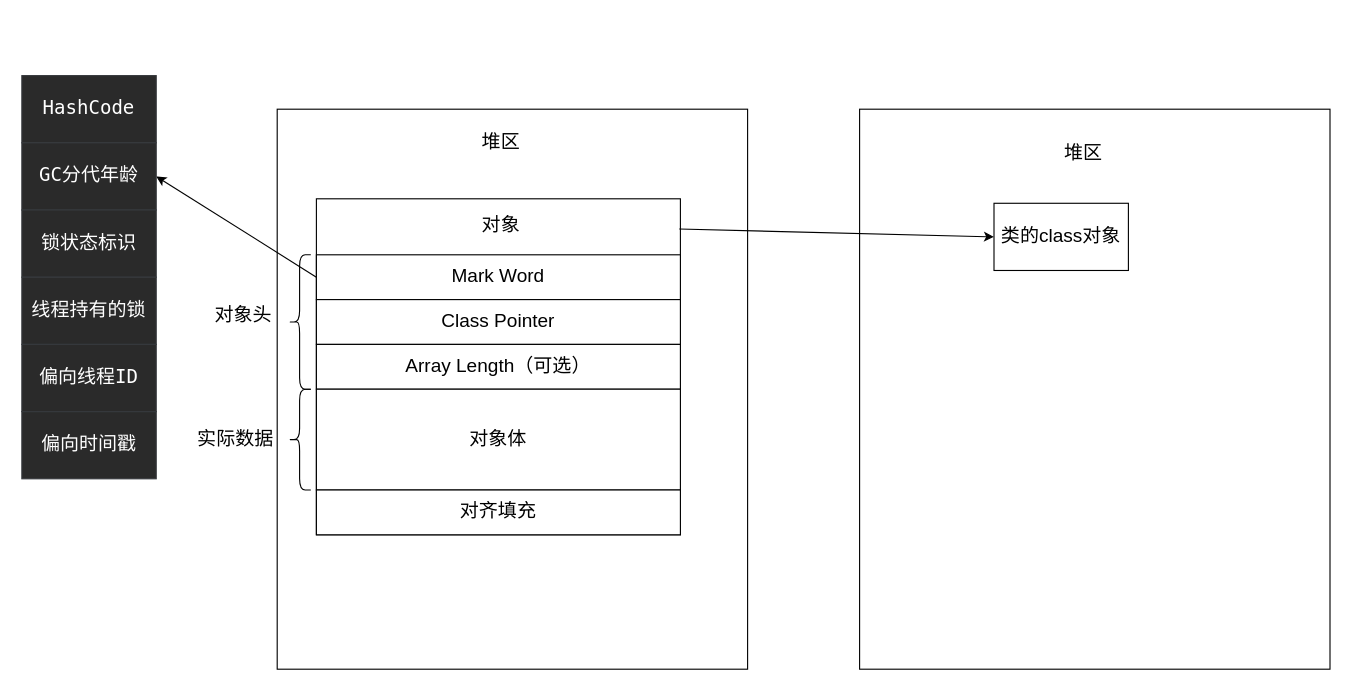
Before: docs/assets/drawio/java对象结构.drawio in qinguan1/qinguan1.github.io, a draw.io diagram. Source tidied: cells renumbered, new cells numbered last; positions are measured from the earlier drawing's top-left corner, leaving out a move shared by most shapes. Both pictures are drawn from the tidied source at 112%, with x=0, y=0 at pixel (21, 75).
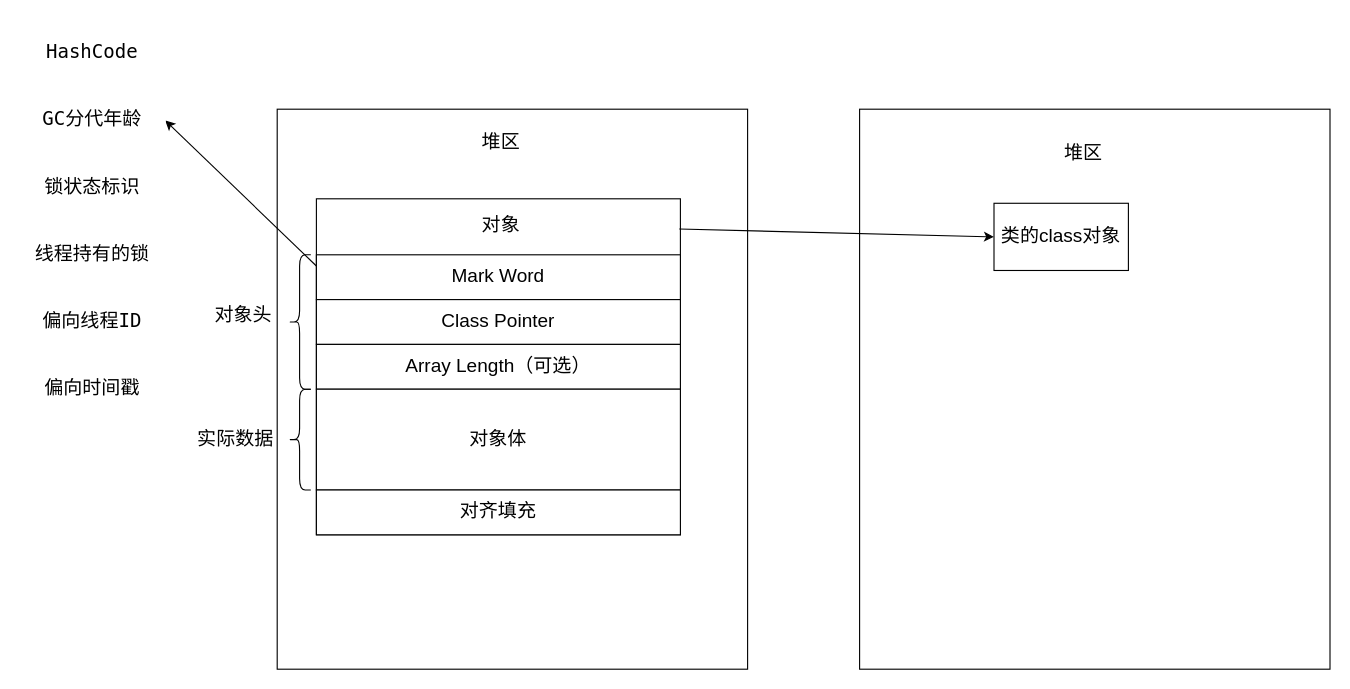
After the change.

The change refers to these unchanged cells:
```xml
<mxCell id="6" style="rounded=0;whiteSpace=wrap;html=1;fontSize=17;strokeWidth=1;" parent="1" vertex="1">
  <mxGeometry x="263" y="110" width="325" height="300" as="geometry" />
</mxCell>
<mxCell id="9" value="Mark Word" style="rounded=0;whiteSpace=wrap;html=1;fontSize=17;strokeWidth=1;labelBackgroundColor=none;" parent="1" vertex="1">
  <mxGeometry x="263" y="160" width="325" height="40" as="geometry" />
</mxCell>
<mxCell id="14" value="类的class对象" style="rounded=0;whiteSpace=wrap;html=1;fontSize=17;strokeWidth=1;" parent="1" vertex="1">
  <mxGeometry x="868" y="114" width="120" height="60" as="geometry" />
</mxCell>
```

Change to the diagram source:
```diff
@@
-    <mxCell id="8" style="edgeStyle=none;html=1;exitX=0;exitY=0.5;exitDx=0;exitDy=0;entryX=1;entryY=0.5;entryDx=0;entryDy=0;fontSize=17;fontColor=#FFFFFF;" parent="1" edge="1" source="9" target="21">
+    <mxCell id="8" style="edgeStyle=none;html=1;exitX=0;exitY=0.25;exitDx=0;exitDy=0;entryX=1;entryY=0.5;entryDx=0;entryDy=0;fontSize=17;fontColor=#000000;" parent="1" edge="1" source="9" target="21">
       <mxGeometry relative="1" as="geometry" />
     </mxCell>
@@
-    <mxCell id="19" value="&lt;pre style=&quot;margin-top: 0px ; margin-bottom: 0px ; font-size: 17px ; overflow: auto ; border-radius: 4px&quot;&gt;&lt;pre style=&quot;font-size: 17px ; margin-top: 0px ; margin-bottom: 0px ; overflow: auto ; border-radius: 4px&quot;&gt;&lt;pre style=&quot;font-size: 17px ; font-weight: 700 ; margin-top: 0px ; margin-bottom: 0px ; overflow: auto ; border-radius: 4px&quot;&gt;&lt;font face=&quot;menlo, monaco, consolas, andale mono, lucida console, courier new, monospace&quot; style=&quot;font-size: 17px&quot;&gt;&lt;span style=&quot;font-size: 17px ; font-weight: 400&quot;&gt;偏向时间戳&lt;/span&gt;&lt;/font&gt;&lt;/pre&gt;&lt;/pre&gt;&lt;/pre&gt;" style="rounded=0;whiteSpace=wrap;html=1;labelBackgroundColor=none;fillColor=#2A2A2A;strokeColor=#36393d;fontColor=#FFFFFF;fontSize=17;" parent="1" vertex="1">
-      <mxGeometry y="300" width="120" height="60" as="geometry" />
-    </mxCell>
+    <mxCell id="25" style="endArrow=classic;html=1;fontSize=17;fontColor=#FFFFFF;exitX=0.997;exitY=0.09;exitDx=0;exitDy=0;exitPerimeter=0;entryX=0;entryY=0.5;entryDx=0;entryDy=0;" parent="1" edge="1" source="6" target="14">
+      <mxGeometry relative="1" as="geometry" />
+    </mxCell>
-    <mxCell id="20" value="&lt;pre style=&quot;margin-top: 0px; margin-bottom: 0px; overflow: auto; border-radius: 4px; font-size: 17px;&quot;&gt;&lt;pre style=&quot;margin-top: 0px; margin-bottom: 0px; overflow: auto; border-radius: 4px; font-size: 17px;&quot;&gt;&lt;font face=&quot;menlo, monaco, consolas, andale mono, lucida console, courier new, monospace&quot; style=&quot;font-size: 17px;&quot;&gt;&lt;span style=&quot;font-size: 17px;&quot;&gt;HashCode&lt;/span&gt;&lt;/font&gt;&lt;/pre&gt;&lt;/pre&gt;" style="rounded=0;whiteSpace=wrap;html=1;fillColor=#2A2A2A;strokeColor=#36393d;fontColor=#FFFFFF;fontSize=17;" parent="1" vertex="1">
-      <mxGeometry width="120" height="60" as="geometry" />
+    <mxCell id="20" value="&lt;pre style=&quot;margin-top: 0px; margin-bottom: 0px; overflow: auto; border-radius: 4px;&quot;&gt;&lt;font face=&quot;menlo, monaco, consolas, andale mono, lucida console, courier new, monospace&quot;&gt;HashCode&lt;/font&gt;&lt;/pre&gt;" style="rounded=0;whiteSpace=wrap;html=1;strokeColor=#FFFFFF;fontSize=17;fillColor=#FFFFFF;fontColor=#000000;" parent="1" vertex="1">
+      <mxGeometry x="-2" y="-50" width="130" height="60" as="geometry" />
     </mxCell>
-    <mxCell id="21" value="&lt;pre style=&quot;margin-top: 0px; margin-bottom: 0px; overflow: auto; border-radius: 4px; font-size: 17px;&quot;&gt;&lt;pre style=&quot;margin-top: 0px; margin-bottom: 0px; overflow: auto; border-radius: 4px; font-size: 17px;&quot;&gt;&lt;pre style=&quot;margin-top: 0px; margin-bottom: 0px; overflow: auto; border-radius: 4px; font-size: 17px;&quot;&gt;&lt;font face=&quot;menlo, monaco, consolas, andale mono, lucida console, courier new, monospace&quot; style=&quot;font-size: 17px;&quot;&gt;&lt;span style=&quot;font-size: 17px;&quot;&gt;GC分代年龄&lt;/span&gt;&lt;/font&gt;&lt;/pre&gt;&lt;/pre&gt;&lt;/pre&gt;" style="rounded=0;whiteSpace=wrap;html=1;labelBackgroundColor=none;fillColor=#2A2A2A;strokeColor=#36393d;fontColor=#FFFFFF;fontSize=17;" parent="1" vertex="1">
-      <mxGeometry y="60" width="120" height="60" as="geometry" />
+    <mxCell id="21" value="&lt;pre style=&quot;margin-top: 0px; margin-bottom: 0px; overflow: auto; border-radius: 4px;&quot;&gt;&lt;pre style=&quot;margin-top: 0px ; margin-bottom: 0px ; overflow: auto ; border-radius: 4px&quot;&gt;&lt;font face=&quot;menlo, monaco, consolas, andale mono, lucida console, courier new, monospace&quot;&gt;GC分代年龄&lt;/font&gt;&lt;/pre&gt;&lt;/pre&gt;" style="rounded=0;whiteSpace=wrap;html=1;strokeColor=#FFFFFF;fontSize=17;fillColor=#FFFFFF;fontColor=#000000;" parent="1" vertex="1">
+      <mxGeometry x="-2" y="10" width="130" height="60" as="geometry" />
     </mxCell>
-    <mxCell id="22" value="&lt;pre style=&quot;margin-top: 0px ; margin-bottom: 0px ; font-size: 17px ; overflow: auto ; border-radius: 4px&quot;&gt;&lt;pre style=&quot;font-size: 17px ; margin-top: 0px ; margin-bottom: 0px ; overflow: auto ; border-radius: 4px&quot;&gt;&lt;pre style=&quot;font-size: 17px ; margin-top: 0px ; margin-bottom: 0px ; overflow: auto ; border-radius: 4px&quot;&gt;&lt;font face=&quot;menlo, monaco, consolas, andale mono, lucida console, courier new, monospace&quot;&gt;锁状态标识&lt;/font&gt;&lt;/pre&gt;&lt;/pre&gt;&lt;/pre&gt;" style="rounded=0;whiteSpace=wrap;html=1;labelBackgroundColor=none;fillColor=#2A2A2A;strokeColor=#36393d;fontColor=#FFFFFF;fontSize=17;" parent="1" vertex="1">
-      <mxGeometry y="120" width="120" height="60" as="geometry" />
+    <mxCell id="22" value="&lt;pre style=&quot;margin-top: 0px; margin-bottom: 0px; overflow: auto; border-radius: 4px;&quot;&gt;&lt;pre style=&quot;margin-top: 0px ; margin-bottom: 0px ; overflow: auto ; border-radius: 4px&quot;&gt;&lt;font face=&quot;menlo, monaco, consolas, andale mono, lucida console, courier new, monospace&quot;&gt;锁状态标识&lt;/font&gt;&lt;/pre&gt;&lt;/pre&gt;" style="rounded=0;whiteSpace=wrap;html=1;strokeColor=#FFFFFF;fontSize=17;fillColor=#FFFFFF;fontColor=#000000;" parent="1" vertex="1">
+      <mxGeometry x="-2" y="70" width="130" height="60" as="geometry" />
     </mxCell>
-    <mxCell id="23" value="&lt;pre style=&quot;margin-top: 0px ; margin-bottom: 0px ; font-size: 17px ; overflow: auto ; border-radius: 4px&quot;&gt;&lt;pre style=&quot;font-size: 17px ; margin-top: 0px ; margin-bottom: 0px ; overflow: auto ; border-radius: 4px&quot;&gt;&lt;pre style=&quot;font-size: 17px ; margin-top: 0px ; margin-bottom: 0px ; overflow: auto ; border-radius: 4px&quot;&gt;&lt;font face=&quot;menlo, monaco, consolas, andale mono, lucida console, courier new, monospace&quot;&gt;线程持有的锁&lt;/font&gt;&lt;/pre&gt;&lt;/pre&gt;&lt;/pre&gt;" style="rounded=0;whiteSpace=wrap;html=1;labelBackgroundColor=none;fillColor=#2A2A2A;strokeColor=#36393d;fontColor=#FFFFFF;fontSize=17;" parent="1" vertex="1">
-      <mxGeometry y="180" width="120" height="60" as="geometry" />
+    <mxCell id="23" value="&lt;pre style=&quot;margin-top: 0px; margin-bottom: 0px; overflow: auto; border-radius: 4px;&quot;&gt;&lt;pre style=&quot;margin-top: 0px ; margin-bottom: 0px ; overflow: auto ; border-radius: 4px&quot;&gt;&lt;pre style=&quot;margin-top: 0px ; margin-bottom: 0px ; overflow: auto ; border-radius: 4px&quot;&gt;&lt;font face=&quot;menlo, monaco, consolas, andale mono, lucida console, courier new, monospace&quot;&gt;线程持有的锁&lt;/font&gt;&lt;/pre&gt;&lt;/pre&gt;&lt;/pre&gt;" style="rounded=0;whiteSpace=wrap;html=1;strokeColor=#FFFFFF;fontSize=17;fillColor=#FFFFFF;fontColor=#000000;" parent="1" vertex="1">
+      <mxGeometry x="-2" y="130" width="130" height="60" as="geometry" />
     </mxCell>
-    <mxCell id="24" value="&lt;pre style=&quot;margin-top: 0px ; margin-bottom: 0px ; font-size: 17px ; overflow: auto ; border-radius: 4px&quot;&gt;&lt;pre style=&quot;font-size: 17px ; margin-top: 0px ; margin-bottom: 0px ; overflow: auto ; border-radius: 4px&quot;&gt;&lt;pre style=&quot;font-size: 17px ; font-weight: 700 ; margin-top: 0px ; margin-bottom: 0px ; overflow: auto ; border-radius: 4px&quot;&gt;&lt;font face=&quot;menlo, monaco, consolas, andale mono, lucida console, courier new, monospace&quot; style=&quot;font-size: 17px&quot;&gt;&lt;span style=&quot;font-size: 17px ; font-weight: 400&quot;&gt;偏向线程ID&lt;/span&gt;&lt;/font&gt;&lt;/pre&gt;&lt;/pre&gt;&lt;/pre&gt;" style="rounded=0;whiteSpace=wrap;html=1;labelBackgroundColor=none;fillColor=#2A2A2A;strokeColor=#36393d;fontColor=#FFFFFF;fontSize=17;" parent="1" vertex="1">
-      <mxGeometry y="240" width="120" height="60" as="geometry" />
+    <mxCell id="24" value="&lt;pre style=&quot;margin-top: 0px; margin-bottom: 0px; overflow: auto; border-radius: 4px;&quot;&gt;&lt;pre style=&quot;margin-top: 0px ; margin-bottom: 0px ; overflow: auto ; border-radius: 4px&quot;&gt;&lt;pre style=&quot;margin-top: 0px ; margin-bottom: 0px ; overflow: auto ; border-radius: 4px&quot;&gt;&lt;pre style=&quot;font-weight: 700 ; margin-top: 0px ; margin-bottom: 0px ; overflow: auto ; border-radius: 4px&quot;&gt;&lt;font face=&quot;menlo, monaco, consolas, andale mono, lucida console, courier new, monospace&quot;&gt;&lt;span style=&quot;font-weight: 400&quot;&gt;偏向线程ID&lt;/span&gt;&lt;/font&gt;&lt;/pre&gt;&lt;/pre&gt;&lt;/pre&gt;&lt;/pre&gt;" style="rounded=0;whiteSpace=wrap;html=1;strokeColor=#FFFFFF;fontSize=17;fillColor=#FFFFFF;fontColor=#000000;" parent="1" vertex="1">
+      <mxGeometry x="-2" y="190" width="130" height="60" as="geometry" />
     </mxCell>
-    <mxCell id="25" style="endArrow=classic;html=1;fontSize=17;fontColor=#FFFFFF;exitX=0.997;exitY=0.09;exitDx=0;exitDy=0;exitPerimeter=0;entryX=0;entryY=0.5;entryDx=0;entryDy=0;" parent="1" edge="1" source="6" target="14">
-      <mxGeometry relative="1" as="geometry" />
-    </mxCell>
+    <mxCell id="19" value="&lt;pre style=&quot;margin-top: 0px; margin-bottom: 0px; overflow: auto; border-radius: 4px;&quot;&gt;&lt;pre style=&quot;margin-top: 0px ; margin-bottom: 0px ; overflow: auto ; border-radius: 4px&quot;&gt;&lt;pre style=&quot;margin-top: 0px ; margin-bottom: 0px ; overflow: auto ; border-radius: 4px&quot;&gt;&lt;pre style=&quot;font-weight: 700 ; margin-top: 0px ; margin-bottom: 0px ; overflow: auto ; border-radius: 4px&quot;&gt;&lt;font face=&quot;menlo, monaco, consolas, andale mono, lucida console, courier new, monospace&quot;&gt;&lt;span style=&quot;font-weight: 400&quot;&gt;偏向时间戳&lt;/span&gt;&lt;/font&gt;&lt;/pre&gt;&lt;/pre&gt;&lt;/pre&gt;&lt;/pre&gt;" style="rounded=0;whiteSpace=wrap;html=1;strokeColor=#FFFFFF;fontSize=17;fillColor=#FFFFFF;fontColor=#000000;" parent="1" vertex="1">
+      <mxGeometry x="-2" y="250" width="130" height="60" as="geometry" />
+    </mxCell>
```
